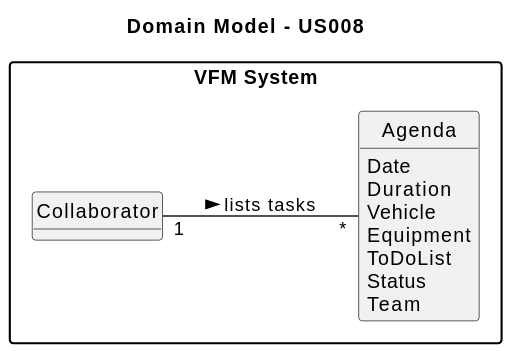
The PlantUML diagram docs/sprintC/us028/02.analysis/svg/us028-domain-model-Domain_Model___US028.svg in SAEmanuel/Green_Spaces_Management_ISEP, before a commit. Source of this version:
```plantuml
@startuml
skinparam monochrome true
skinparam packageStyle rectangle
skinparam shadowing false

left to right direction

skinparam classAttributeIconSize 0

hide circle
hide methods
package "VFM System" {

title Domain Model - US008



class Collaborator {
}

class Agenda {
         Date
         Duration
         Vehicle
         Equipment
         ToDoList
         Status
         Team
}





Collaborator "1" -- "*" Agenda : lists tasks >
@enduml
```
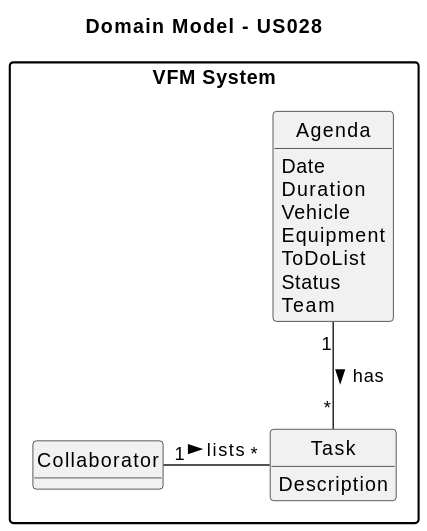
Later version of the same file.

The edit, as a diff of the source:
```diff
@@ -3,7 +3,6 @@
 skinparam packageStyle rectangle
 skinparam shadowing false
 
-left to right direction
 
 skinparam classAttributeIconSize 0
 
@@ -11,7 +10,7 @@
 hide methods
 package "VFM System" {
 
-title Domain Model - US008
+title Domain Model - US028
 
 
 
@@ -28,9 +27,14 @@
          Team
 }
 
+class Task{
+        Description
+}
 
 
 
 
-Collaborator "1" -- "*" Agenda : lists tasks >
+
+Collaborator "1" - "*" Task : lists >
+Agenda "1" -- "*" Task : has >
 @enduml
```
